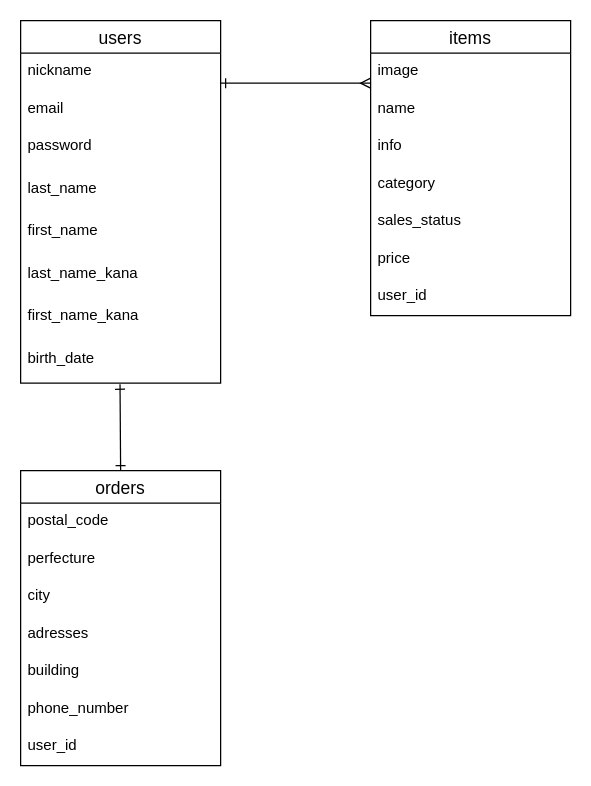
This is furima-37817.dio from kazami1066/furima-37817, a draw.io file, before an edit. Source tidied: cells renumbered, new cells numbered last; positions are measured from the earlier drawing's top-left corner, leaving out a move shared by most shapes. Both pictures are drawn from the tidied source at 125%, with x=0, y=0 at pixel (20, 20).
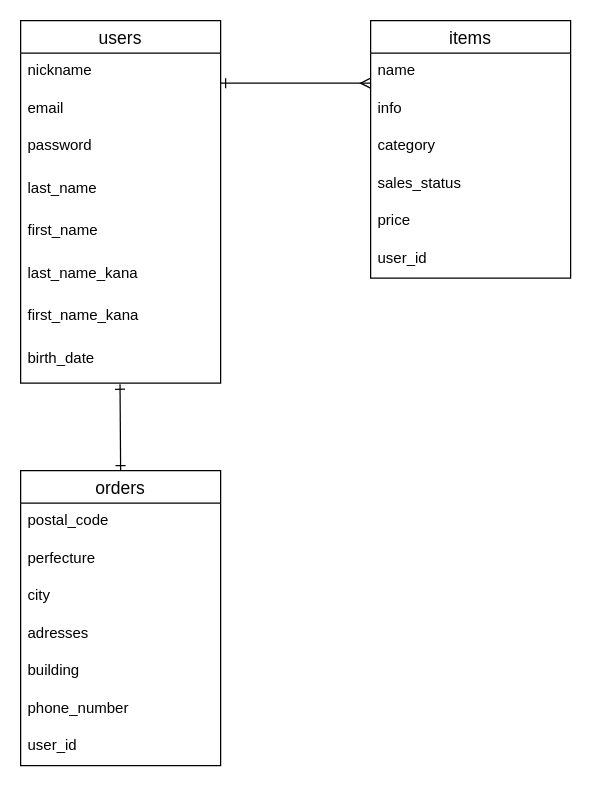
Above is the later version.

Commit message:
ER図の作成（再編集）

The edit, as a diff of the source:
```diff
@@
     <mxCell id="11" value="items" style="swimlane;fontStyle=0;horizontal=1;startSize=26;align=center;fontSize=14;" parent="1" vertex="1">
-      <mxGeometry x="280" width="160" height="236" as="geometry" />
+      <mxGeometry x="280" width="160" height="206" as="geometry" />
     </mxCell>
-    <mxCell id="12" value="image" style="text;strokeColor=none;fillColor=none;spacingLeft=4;spacingRight=4;overflow=hidden;fontSize=12;" parent="11" vertex="1">
-      <mxGeometry y="26" width="160" height="30" as="geometry" />
-    </mxCell>
     <mxCell id="13" value="name" style="text;strokeColor=none;fillColor=none;spacingLeft=4;spacingRight=4;overflow=hidden;fontSize=12;" parent="11" vertex="1">
-      <mxGeometry y="56" width="160" height="30" as="geometry" />
+      <mxGeometry y="26" width="160" height="30" as="geometry" />
     </mxCell>
     <mxCell id="14" value="info" style="text;strokeColor=none;fillColor=none;spacingLeft=4;spacingRight=4;overflow=hidden;fontSize=12;" parent="11" vertex="1">
-      <mxGeometry y="86" width="160" height="30" as="geometry" />
+      <mxGeometry y="56" width="160" height="30" as="geometry" />
     </mxCell>
     <mxCell id="15" value="category" style="text;strokeColor=none;fillColor=none;spacingLeft=4;spacingRight=4;overflow=hidden;fontSize=12;" parent="11" vertex="1">
-      <mxGeometry y="116" width="160" height="30" as="geometry" />
+      <mxGeometry y="86" width="160" height="30" as="geometry" />
     </mxCell>
     <mxCell id="16" value="sales_status" style="text;strokeColor=none;fillColor=none;spacingLeft=4;spacingRight=4;overflow=hidden;fontSize=12;" parent="11" vertex="1">
-      <mxGeometry y="146" width="160" height="30" as="geometry" />
+      <mxGeometry y="116" width="160" height="30" as="geometry" />
     </mxCell>
     <mxCell id="17" value="price" style="text;strokeColor=none;fillColor=none;spacingLeft=4;spacingRight=4;overflow=hidden;fontSize=12;" parent="11" vertex="1">
-      <mxGeometry y="176" width="160" height="30" as="geometry" />
+      <mxGeometry y="146" width="160" height="30" as="geometry" />
     </mxCell>
     <mxCell id="18" value="user_id" style="text;strokeColor=none;fillColor=none;spacingLeft=4;spacingRight=4;overflow=hidden;fontSize=12;" parent="11" vertex="1">
-      <mxGeometry y="206" width="160" height="30" as="geometry" />
+      <mxGeometry y="176" width="160" height="30" as="geometry" />
     </mxCell>
```
